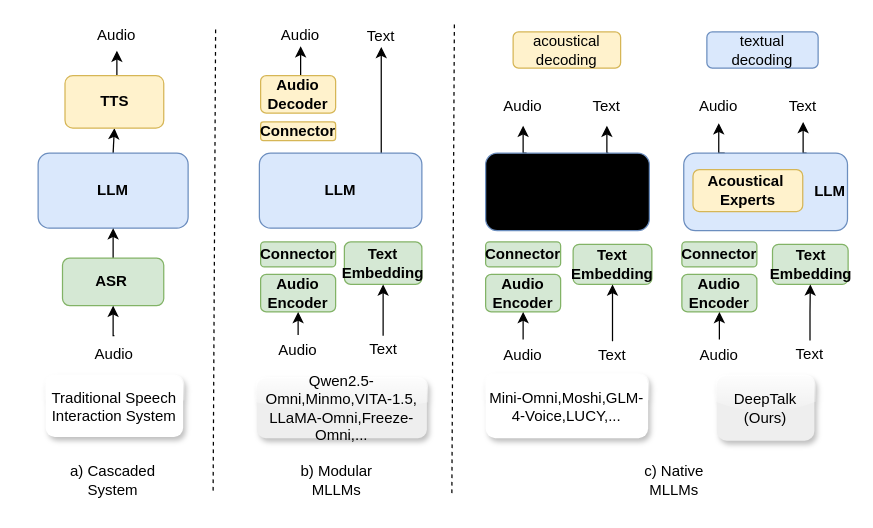
The draw.io diagram 未命名绘图.drawio in talkking/DeepTalk, before the edit. Source tidied: cells renumbered, new cells numbered last; positions are measured from the earlier drawing's top-left corner, leaving out a move shared by most shapes. Both pictures are drawn from the tidied source at 125%, with x=0, y=0 at pixel (38, 21).
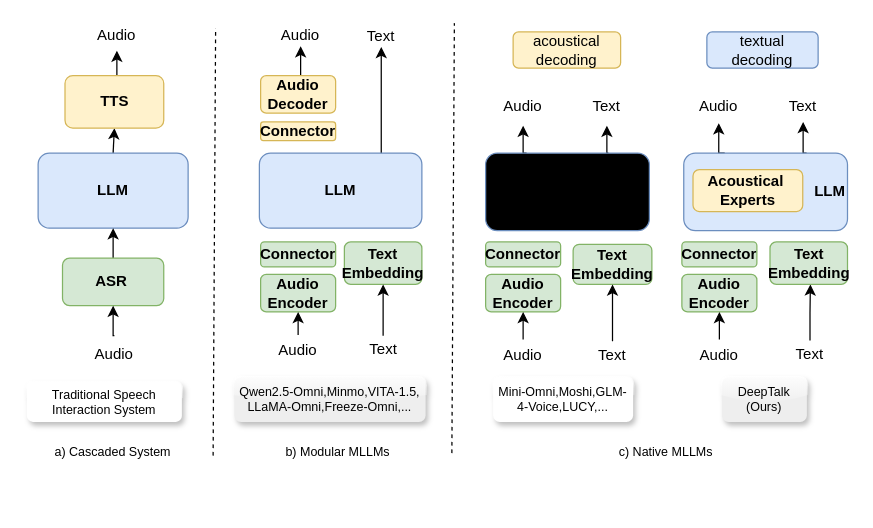
The same page after the edit.

Commit message:
更新未命名绘图.drawio

Unchanged cells that the change refers to:
```xml
<mxCell id="52" value="Text" style="text;html=1;align=center;verticalAlign=middle;whiteSpace=wrap;rounded=0;" parent="1" vertex="1">
  <mxGeometry x="590" y="254.8" width="55" height="22" as="geometry" />
</mxCell>
```

The edit, as a diff of the source:
```diff
@@
-    <mxCell id="11" value="Qwen2.5-Omni,Minmo,VITA-1.5, LLaMA-Omni,Freeze-Omni,..." style="rounded=1;whiteSpace=wrap;html=1;fillColor=#eeeeee;strokeColor=none;shadow=1;gradientColor=none;glass=1;" parent="1" vertex="1">
-      <mxGeometry x="175" y="285" width="136" height="48" as="geometry" />
+    <mxCell id="11" value="Qwen2.5-Omni,Minmo,VITA-1.5, LLaMA-Omni,Freeze-Omni,..." style="rounded=1;whiteSpace=wrap;html=1;fillColor=#eeeeee;strokeColor=none;shadow=1;gradientColor=none;glass=1;fontSize=10;" parent="1" vertex="1">
+      <mxGeometry x="157" y="284.2" width="153" height="35.8" as="geometry" />
     </mxCell>
-    <mxCell id="12" value="a) Cascaded System" style="text;html=1;align=center;verticalAlign=middle;whiteSpace=wrap;rounded=0;" parent="1" vertex="1">
-      <mxGeometry x="10" y="347" width="100" height="40" as="geometry" />
+    <mxCell id="12" value="a) Cascaded System" style="text;html=1;align=center;verticalAlign=middle;whiteSpace=wrap;rounded=0;fontSize=10;" parent="1" vertex="1">
+      <mxGeometry x="10" y="324" width="100" height="40" as="geometry" />
     </mxCell>
@@
     <mxCell id="27" style="endArrow=none;dashed=1;html=1;rounded=0;" parent="1" edge="1">
       <mxGeometry relative="1" as="geometry">
-        <mxPoint x="140" y="375" as="sourcePoint" />
+        <mxPoint x="140" y="347" as="sourcePoint" />
         <mxPoint x="142" y="5" as="targetPoint" />
       </mxGeometry>
     </mxCell>
     <mxCell id="28" style="endArrow=none;dashed=1;html=1;rounded=0;" parent="1" edge="1">
       <mxGeometry relative="1" as="geometry">
-        <mxPoint x="331" y="377" as="sourcePoint" />
+        <mxPoint x="331" y="345" as="sourcePoint" />
         <mxPoint x="333" y="1" as="targetPoint" />
       </mxGeometry>
     </mxCell>
@@
-    <mxCell id="32" value="b) Modular MLLMs" style="text;html=1;align=center;verticalAlign=middle;whiteSpace=wrap;rounded=0;" parent="1" vertex="1">
-      <mxGeometry x="208.5" y="352" width="60" height="30" as="geometry" />
+    <mxCell id="32" value="b) Modular MLLMs" style="text;html=1;align=center;verticalAlign=middle;whiteSpace=wrap;rounded=0;fontSize=10;" parent="1" vertex="1">
+      <mxGeometry x="190" y="333" width="100" height="22" as="geometry" />
     </mxCell>
@@
-    <mxCell id="42" value="c) Native MLLMs" style="text;html=1;align=center;verticalAlign=middle;whiteSpace=wrap;rounded=0;" parent="1" vertex="1">
-      <mxGeometry x="479" y="352" width="60" height="30" as="geometry" />
+    <mxCell id="42" value="c) Native MLLMs" style="text;html=1;align=center;verticalAlign=middle;whiteSpace=wrap;rounded=0;fontSize=10;" parent="1" vertex="1">
+      <mxGeometry x="453" y="331" width="99" height="26" as="geometry" />
     </mxCell>
@@
-    <mxCell id="50" value="Text Embedding" style="rounded=1;whiteSpace=wrap;html=1;fillColor=#d5e8d4;strokeColor=#82b366;fontStyle=1;" parent="1" vertex="1">
-      <mxGeometry x="587.5" y="178" width="60.5" height="32" as="geometry" />
-    </mxCell>
-    <mxCell id="51" style="edgeStyle=orthogonalEdgeStyle;rounded=0;jettySize=auto;html=1;exitX=0.5;exitY=0;exitDx=0;exitDy=0;entryX=0.5;entryY=1;entryDx=0;entryDy=0;" parent="1" edge="1" source="52" target="50">
-      <mxGeometry relative="1" as="geometry" />
+    <mxCell id="51" style="edgeStyle=orthogonalEdgeStyle;rounded=0;jettySize=auto;html=1;exitX=0.5;exitY=0;exitDx=0;exitDy=0;entryX=0.5;entryY=1;entryDx=0;entryDy=0;" parent="1" edge="1" source="52">
+      <mxGeometry relative="1" as="geometry">
+        <mxPoint x="617.8" y="210" as="targetPoint" />
+      </mxGeometry>
     </mxCell>
@@
-    <mxCell id="56" value="Mini-Omni,Moshi,GLM-4-Voice,LUCY,..." style="rounded=1;whiteSpace=wrap;html=1;strokeColor=none;shadow=1;glass=1;" parent="1" vertex="1">
-      <mxGeometry x="358" y="282" width="130" height="51" as="geometry" />
+    <mxCell id="56" value="Mini-Omni,Moshi,GLM-4-Voice,LUCY,..." style="rounded=1;whiteSpace=wrap;html=1;strokeColor=none;shadow=1;glass=1;fontSize=10;" parent="1" vertex="1">
+      <mxGeometry x="364" y="284.2" width="112" height="35.8" as="geometry" />
     </mxCell>
-    <mxCell id="57" value="DeepTalk&lt;br&gt;(O&lt;span style=&quot;background-color: transparent; color: light-dark(rgb(0, 0, 0), rgb(255, 255, 255));&quot;&gt;urs)&lt;/span&gt;" style="rounded=1;whiteSpace=wrap;html=1;fillColor=#eeeeee;strokeColor=none;shadow=1;glass=1;" parent="1" vertex="1">
-      <mxGeometry x="543" y="283" width="78" height="52" as="geometry" />
+    <mxCell id="57" value="DeepTalk&lt;br&gt;(O&lt;span style=&quot;background-color: transparent; color: light-dark(rgb(0, 0, 0), rgb(255, 255, 255));&quot;&gt;urs)&lt;/span&gt;" style="rounded=1;whiteSpace=wrap;html=1;fillColor=#eeeeee;strokeColor=none;shadow=1;glass=1;fontSize=10;" parent="1" vertex="1">
+      <mxGeometry x="547.1" y="284.2" width="67.9" height="35.8" as="geometry" />
     </mxCell>
-    <mxCell id="58" value="Traditional Speech Interaction System" style="rounded=1;whiteSpace=wrap;html=1;gradientDirection=north;shadow=1;strokeColor=none;glass=1;" parent="1" vertex="1">
-      <mxGeometry x="6" y="283" width="110" height="49" as="geometry" />
+    <mxCell id="58" value="Traditional Speech Interaction System" style="rounded=1;whiteSpace=wrap;html=1;gradientDirection=north;shadow=1;strokeColor=none;glass=1;fontSize=10;" parent="1" vertex="1">
+      <mxGeometry x="-9" y="288" width="124" height="32" as="geometry" />
     </mxCell>
@@
+    <mxCell id="50" value="Text Embedding" style="rounded=1;whiteSpace=wrap;html=1;fillColor=#d5e8d4;strokeColor=#82b366;fontStyle=1;" parent="1" vertex="1">
+      <mxGeometry x="585.5" y="176" width="62" height="34" as="geometry" />
+    </mxCell>
```
